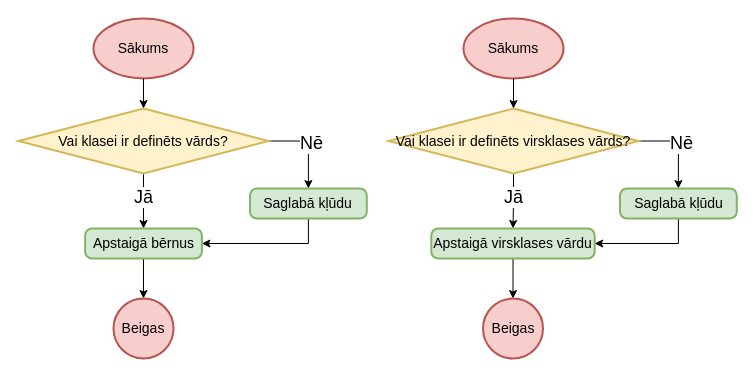
Above: page "Klases galvas kompilēšana" (2 of 4) of src/Kvalifikacijas darbs/Diagrammas/Kompilators/Klases.drawio in artiks12/webAppOS (draw.io), before the change. Source tidied: cells renumbered, new cells numbered last; positions are measured from the earlier drawing's top-left corner, leaving out a move shared by most shapes. Both pictures are drawn from the tidied source at 100%, with x=0, y=0 at pixel (18, 18).
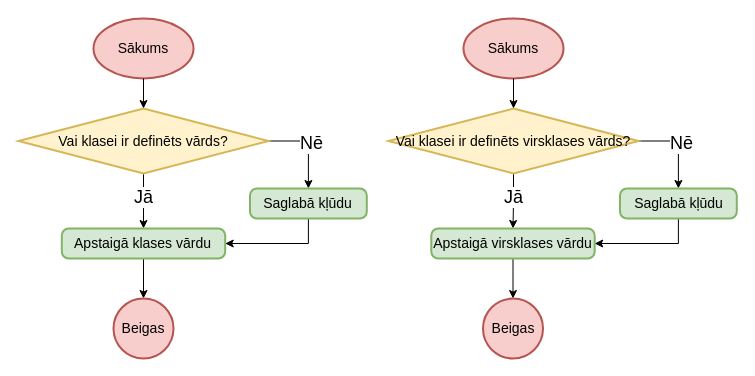
The same diagram, later.

Change to the diagram source:
```diff
@@
-    <mxCell id="10" value="Apstaigā bērnus" style="rounded=1;whiteSpace=wrap;html=1;absoluteArcSize=1;arcSize=14;strokeWidth=2;fontSize=14;fillColor=#d5e8d4;strokeColor=#82b366;" parent="1" vertex="1">
-      <mxGeometry x="66.6" y="210" width="116.8" height="30" as="geometry" />
+    <mxCell id="10" value="Apstaigā klases vārdu" style="rounded=1;whiteSpace=wrap;html=1;absoluteArcSize=1;arcSize=14;strokeWidth=2;fontSize=14;fillColor=#d5e8d4;strokeColor=#82b366;" parent="1" vertex="1">
+      <mxGeometry x="43.3" y="210" width="163.4" height="30" as="geometry" />
     </mxCell>
```
